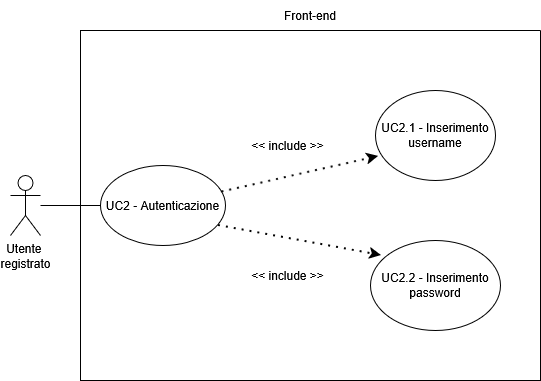
The draw.io diagram assets/diagrams/UC2.png in SkarabGroup/DocumentazioneProgetto, before a commit. Source tidied: cells renumbered, new cells last; positions are measured from the earlier drawing's top-left corner, leaving out a move shared by most shapes.
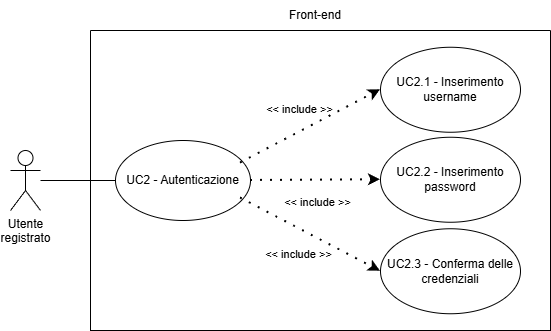
Later version of the same file.

Change to the diagram source:
```diff
@@ -2,38 +2,54 @@
   <root>
     <mxCell id="0" />
     <mxCell id="1" parent="0" />
-    <mxCell id="2" value="&lt;div&gt;Utente&amp;nbsp;&lt;/div&gt;&lt;div&gt;registrato&lt;/div&gt;" style="shape=umlActor;verticalLabelPosition=bottom;verticalAlign=top;html=1;outlineConnect=0;" parent="1" vertex="1">
-      <mxGeometry y="175" width="30" height="60" as="geometry" />
+    <mxCell id="2" value="Utente&lt;div&gt;&lt;span style=&quot;background-color: transparent; color: light-dark(rgb(0, 0, 0), rgb(255, 255, 255));&quot;&gt;registrato&lt;/span&gt;&lt;/div&gt;" style="shape=umlActor;verticalLabelPosition=bottom;verticalAlign=top;html=1;outlineConnect=0;align=center;" parent="1" vertex="1">
+      <mxGeometry x="40" y="171" width="30" height="60" as="geometry" />
     </mxCell>
-    <mxCell id="3" style="swimlane;startSize=0;" parent="1" vertex="1">
-      <mxGeometry x="70" y="30" width="460" height="350" as="geometry" />
-    </mxCell>
+    <mxCell id="13" style="swimlane;startSize=0;" parent="1" vertex="1">
+      <mxGeometry x="120" y="51" width="460" height="300" as="geometry" />
+    </mxCell>
+    <mxCell id="14" style="ellipse;whiteSpace=wrap;html=1;" parent="13" vertex="1">
+      <mxGeometry x="25" y="110" width="135" height="80" as="geometry" />
+    </mxCell>
-    <mxCell id="4" value="&lt;div&gt;UC2 - Autenticazione&lt;/div&gt;" style="ellipse;whiteSpace=wrap;html=1;" parent="3" vertex="1">
-      <mxGeometry x="20" y="135" width="125" height="80" as="geometry" />
+    <mxCell id="4" value="&lt;div style=&quot;&quot;&gt;&lt;span style=&quot;background-color: transparent; color: light-dark(rgb(0, 0, 0), rgb(255, 255, 255));&quot;&gt;UC2 - Autenticazione&lt;/span&gt;&lt;/div&gt;" style="text;html=1;align=center;verticalAlign=middle;whiteSpace=wrap;rounded=0;" parent="13" vertex="1">
+      <mxGeometry x="35" y="115" width="115" height="70" as="geometry" />
     </mxCell>
+    <mxCell id="15" style="ellipse;whiteSpace=wrap;html=1;" parent="13" vertex="1">
+      <mxGeometry x="290" y="16.8" width="140" height="85" as="geometry" />
+    </mxCell>
-    <mxCell id="5" value="UC2.1 - Inserimento username" style="ellipse;whiteSpace=wrap;html=1;" parent="3" vertex="1">
-      <mxGeometry x="295" y="60" width="120" height="90" as="geometry" />
+    <mxCell id="5" value="UC2.1 - Inserimento username" style="text;html=1;align=center;verticalAlign=middle;whiteSpace=wrap;rounded=0;" parent="13" vertex="1">
+      <mxGeometry x="295" y="24.2" width="130" height="70" as="geometry" />
     </mxCell>
-    <mxCell id="6" style="endArrow=classic;dashed=1;html=1;dashPattern=1 3;strokeWidth=2;rounded=0;entryX=0.025;entryY=0.733;entryDx=0;entryDy=0;strokeColor=default;curved=0;endFill=1;endSize=6;entryPerimeter=0;" parent="3" edge="1" source="4" target="5">
-      <mxGeometry relative="1" as="geometry" />
-    </mxCell>
-    <mxCell id="7" value="&amp;lt;&amp;lt; include &amp;gt;&amp;gt;" style="text;html=1;whiteSpace=wrap;strokeColor=none;fillColor=none;align=center;verticalAlign=middle;rounded=0;" parent="3" vertex="1">
-      <mxGeometry x="160" y="230" width="95" height="30" as="geometry" />
-    </mxCell>
+    <mxCell id="16" style="ellipse;whiteSpace=wrap;html=1;" parent="13" vertex="1">
+      <mxGeometry x="290" y="198.2" width="140" height="85" as="geometry" />
+    </mxCell>
+    <mxCell id="17" value="UC2.3 - Conferma delle credenziali" style="text;html=1;align=center;verticalAlign=middle;whiteSpace=wrap;rounded=0;" parent="13" vertex="1">
+      <mxGeometry x="295" y="205.8" width="130" height="70" as="geometry" />
+    </mxCell>
+    <mxCell id="18" value="&amp;lt;&amp;lt; include &amp;gt;&amp;gt;" style="endArrow=classic;startArrow=none;endFill=1;startFill=0;html=1;verticalAlign=bottom;dashed=1;labelBackgroundColor=none;rounded=0;dashPattern=1 4;curved=0;endSize=6;strokeWidth=2;exitX=1;exitY=0.75;exitDx=0;exitDy=0;entryX=0;entryY=0.5;entryDx=0;entryDy=0;" parent="13" edge="1" source="4" target="16">
+      <mxGeometry x="0.03" y="-32" relative="1" as="geometry">
+        <mxPoint y="-1" as="offset" />
+      </mxGeometry>
+    </mxCell>
+    <mxCell id="19" value="&amp;lt;&amp;lt; include &amp;gt;&amp;gt;" style="endArrow=classic;startArrow=none;endFill=1;startFill=0;html=1;verticalAlign=bottom;dashed=1;labelBackgroundColor=none;rounded=0;dashPattern=1 4;curved=0;endSize=6;strokeWidth=2;exitX=1;exitY=0.25;exitDx=0;exitDy=0;entryX=0;entryY=0.5;entryDx=0;entryDy=0;" parent="13" edge="1" source="4" target="15">
+      <mxGeometry x="-0.08" y="12" relative="1" as="geometry" />
+    </mxCell>
+    <mxCell id="20" style="ellipse;whiteSpace=wrap;html=1;" parent="13" vertex="1">
+      <mxGeometry x="290" y="106.8" width="140" height="85" as="geometry" />
+    </mxCell>
-    <mxCell id="8" value="UC2.2 - Inserimento password" style="ellipse;whiteSpace=wrap;html=1;" parent="3" vertex="1">
-      <mxGeometry x="290" y="210" width="130" height="90" as="geometry" />
+    <mxCell id="8" value="UC2.2 - Inserimento password" style="text;html=1;align=center;verticalAlign=middle;whiteSpace=wrap;rounded=0;" parent="13" vertex="1">
+      <mxGeometry x="295" y="114.2" width="130" height="70" as="geometry" />
     </mxCell>
-    <mxCell id="9" style="endArrow=classic;dashed=1;html=1;dashPattern=1 3;strokeWidth=2;rounded=0;entryX=0.085;entryY=0.167;entryDx=0;entryDy=0;exitX=0.944;exitY=0.75;exitDx=0;exitDy=0;strokeColor=default;curved=0;endFill=1;endSize=6;entryPerimeter=0;exitPerimeter=0;" parent="3" edge="1" source="4" target="8">
-      <mxGeometry relative="1" as="geometry" />
-    </mxCell>
-    <mxCell id="10" value="&amp;lt;&amp;lt; include &amp;gt;&amp;gt;" style="text;html=1;whiteSpace=wrap;strokeColor=none;fillColor=none;align=center;verticalAlign=middle;rounded=0;" parent="3" vertex="1">
-      <mxGeometry x="160" y="100" width="95" height="30" as="geometry" />
-    </mxCell>
-    <mxCell id="11" style="endArrow=none;html=1;rounded=0;entryX=0;entryY=0.5;entryDx=0;entryDy=0;" parent="1" edge="1" source="2" target="4">
-      <mxGeometry relative="1" as="geometry" />
-    </mxCell>
+    <mxCell id="21" value="&amp;lt;&amp;lt; include &amp;gt;&amp;gt;" style="endArrow=classic;startArrow=none;endFill=1;startFill=0;html=1;verticalAlign=bottom;dashed=1;labelBackgroundColor=none;rounded=0;dashPattern=1 4;curved=0;endSize=6;strokeWidth=2;exitX=1;exitY=0.5;exitDx=0;exitDy=0;entryX=0;entryY=0.5;entryDx=0;entryDy=0;" parent="13" edge="1" source="14" target="20">
+      <mxGeometry x="0.03" y="-32" relative="1" as="geometry">
+        <mxPoint y="-1" as="offset" />
+      </mxGeometry>
+    </mxCell>
-    <mxCell id="12" value="Front-end" style="text;html=1;whiteSpace=wrap;strokeColor=none;fillColor=none;align=center;verticalAlign=middle;rounded=0;" parent="1" vertex="1">
-      <mxGeometry x="260" width="80" height="30" as="geometry" />
+    <mxCell id="12" value="Front-end" style="text;html=1;align=center;verticalAlign=middle;whiteSpace=wrap;rounded=0;" parent="1" vertex="1">
+      <mxGeometry x="315" y="21" width="60" height="30" as="geometry" />
     </mxCell>
+    <mxCell id="22" style="endArrow=none;html=1;rounded=0;entryX=0;entryY=0.5;entryDx=0;entryDy=0;" parent="1" edge="1" source="2" target="14">
+      <mxGeometry relative="1" as="geometry" />
+    </mxCell>
   </root>
 </mxGraphModel>
```
